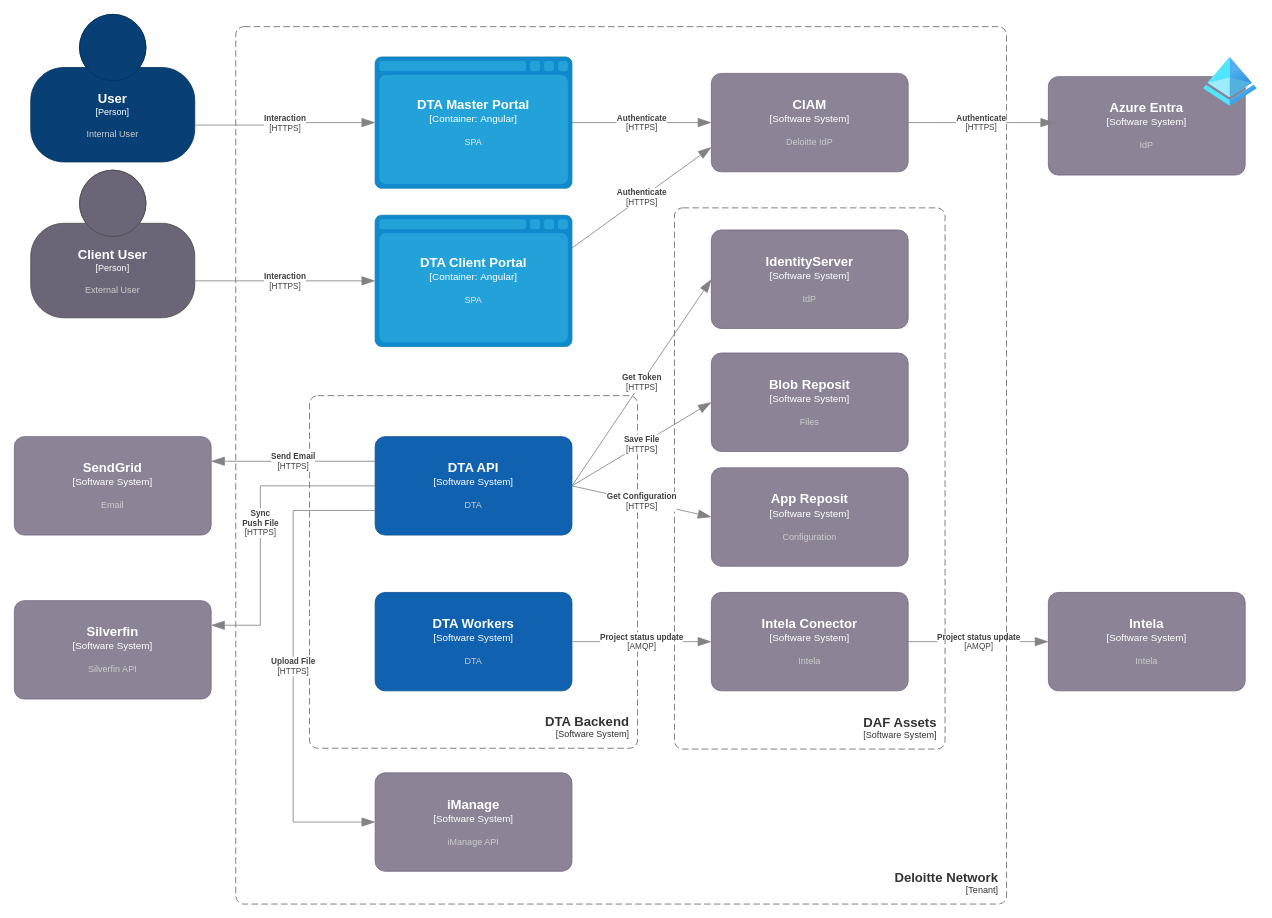
Before: page "C2_Subsystems" (2 of 6) of DTA_DAD.drawio in cmonton/shared, a draw.io diagram. Source tidied: cells renumbered, new cells numbered last; positions are measured from the earlier drawing's top-left corner, leaving out a move shared by most shapes. Both pictures are drawn from the tidied source at 82%, with x=0, y=0 at pixel (14, 14).
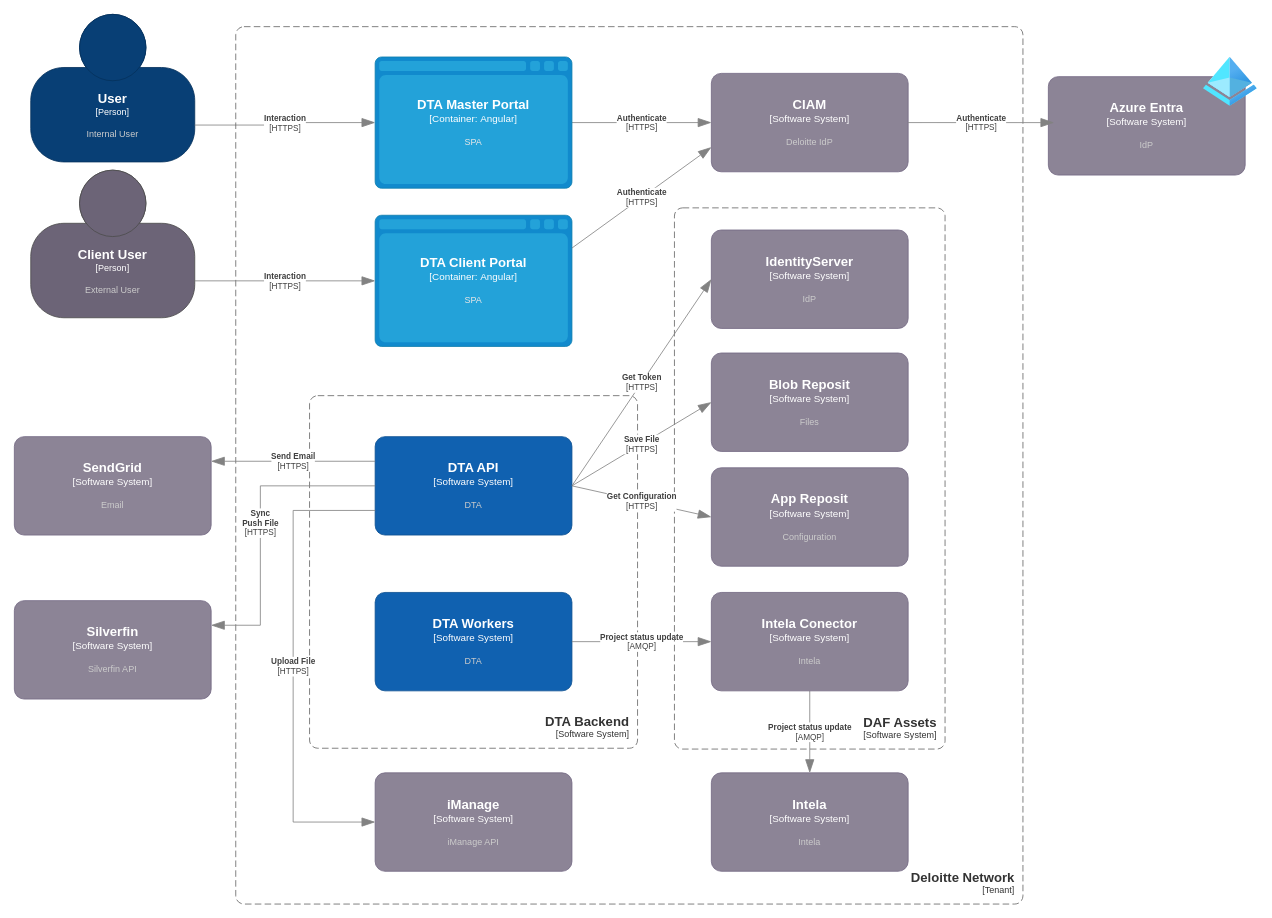
Above is the later version.

Unchanged cells that the change refers to:
```xml
<object id="16" label="&lt;font style=&quot;font-size: 16px&quot;&gt;&lt;b&gt;%c4Name%&lt;/b&gt;&lt;/font&gt;&lt;div&gt;[%c4Type%]&lt;/div&gt;&lt;br&gt;&lt;div&gt;&lt;font style=&quot;font-size: 11px&quot;&gt;&lt;font color=&quot;#cccccc&quot;&gt;%c4Description%&lt;/font&gt;&lt;/div&gt;" c4Description="Intela" c4Name="Intela Conector" c4Type="Software System" placeholders="1">
  <mxCell style="rounded=1;whiteSpace=wrap;html=1;labelBackgroundColor=none;fillColor=#8C8496;fontColor=#ffffff;align=center;arcSize=10;strokeColor=#736782;points=[[0.25,0,0],[0.5,0,0],[0.75,0,0],[1,0.25,0],[1,0.5,0],[1,0.75,0],[0.75,1,0],[0.5,1,0],[0.25,1,0],[0,0.75,0],[0,0.5,0],[0,0.25,0]];" parent="1" vertex="1">
    <mxGeometry x="850" y="705" width="240" height="120" as="geometry" />
  </mxCell>
</object>
```

What changed in the source:
```diff
@@
     <object id="7" label="&lt;font style=&quot;font-size: 16px&quot;&gt;&lt;b&gt;%c4Name%&lt;/b&gt;&lt;/font&gt;&lt;div&gt;[%c4Type%]&lt;/div&gt;&lt;br&gt;&lt;div&gt;&lt;font style=&quot;font-size: 11px&quot;&gt;&lt;font color=&quot;#cccccc&quot;&gt;%c4Description%&lt;/font&gt;&lt;/div&gt;" c4Description="Intela" c4Name="Intela" c4Type="Software System" placeholders="1">
       <mxCell style="rounded=1;whiteSpace=wrap;html=1;labelBackgroundColor=none;fillColor=#8C8496;fontColor=#ffffff;align=center;arcSize=10;strokeColor=#736782;points=[[0.25,0,0],[0.5,0,0],[0.75,0,0],[1,0.25,0],[1,0.5,0],[1,0.75,0],[0.75,1,0],[0.5,1,0],[0.25,1,0],[0,0.75,0],[0,0.5,0],[0,0.25,0]];" parent="1" vertex="1">
-        <mxGeometry x="1261" y="705" width="240" height="120" as="geometry" />
+        <mxGeometry x="850" y="925" width="240" height="120" as="geometry" />
       </mxCell>
     </object>
     <object id="8" label="&lt;div style=&quot;text-align: left&quot;&gt;&lt;div style=&quot;text-align: center&quot;&gt;&lt;b&gt;%c4Description%&lt;/b&gt;&lt;/div&gt;&lt;div style=&quot;text-align: center&quot;&gt;[%c4Technology%]&lt;/div&gt;&lt;/div&gt;" c4Description="Project status update" c4Technology="AMQP" placeholders="1">
-      <mxCell style="endArrow=blockThin;html=1;fontSize=10;fontColor=#404040;strokeWidth=1;endFill=1;strokeColor=#828282;elbow=vertical;endSize=14;startSize=14;jumpStyle=arc;jumpSize=16;rounded=0;exitX=1;exitY=0.5;exitDx=0;exitDy=0;exitPerimeter=0;entryX=0;entryY=0.5;entryDx=0;entryDy=0;entryPerimeter=0;" parent="1" edge="1" source="16" target="7">
+      <mxCell style="endArrow=blockThin;html=1;fontSize=10;fontColor=#404040;strokeWidth=1;endFill=1;strokeColor=#828282;elbow=vertical;endSize=14;startSize=14;jumpStyle=arc;jumpSize=16;rounded=0;exitX=0.5;exitY=1;exitDx=0;exitDy=0;exitPerimeter=0;entryX=0.5;entryY=0;entryDx=0;entryDy=0;entryPerimeter=0;" parent="1" edge="1" source="16" target="7">
         <mxGeometry relative="1" as="geometry" />
       </mxCell>
     </object>
@@
     <object id="11" label="&lt;font style=&quot;font-size: 16px&quot;&gt;&lt;b&gt;&lt;div style=&quot;&quot;&gt;%c4Name%&lt;/div&gt;&lt;/b&gt;&lt;/font&gt;&lt;div style=&quot;&quot;&gt;[%c4Application%]&lt;/div&gt;" c4Application="Tenant" c4Name="Deloitte Network" placeholders="1">
       <mxCell style="rounded=1;fontSize=11;whiteSpace=wrap;html=1;dashed=1;arcSize=20;fillColor=none;strokeColor=#666666;fontColor=#333333;labelBackgroundColor=none;align=right;verticalAlign=bottom;labelBorderColor=none;spacingTop=0;spacing=10;dashPattern=8 4;perimeter=rectanglePerimeter;noLabel=0;labelPadding=0;absoluteArcSize=1;" parent="1" vertex="1">
-        <mxGeometry x="270" y="15" width="940" height="1070" as="geometry" />
+        <mxGeometry x="270" y="15" width="960" height="1070" as="geometry" />
       </mxCell>
     </object>
```
